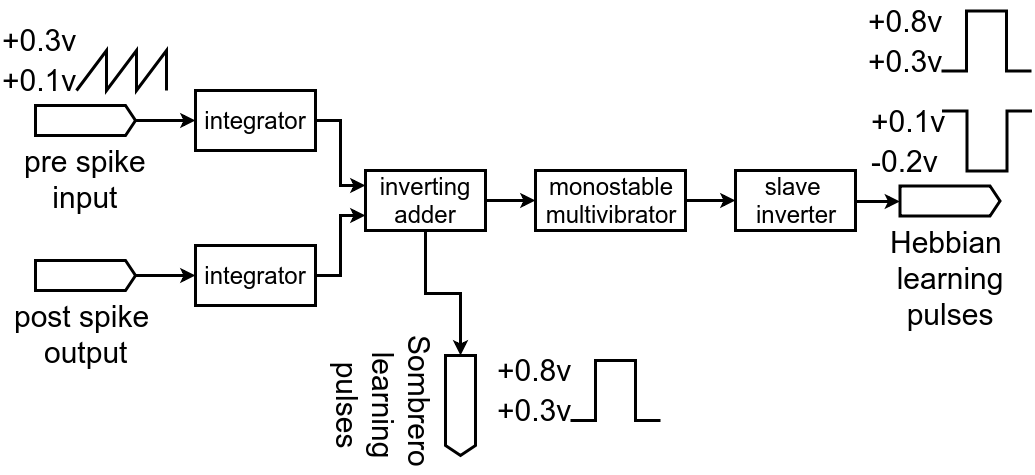
The draw.io diagram doc/mn-learning_feedback.png in research-team/memristive-brain, before a commit. Source tidied: cells renumbered, new cells last; positions are measured from the earlier drawing's top-left corner, leaving out a move shared by most shapes.
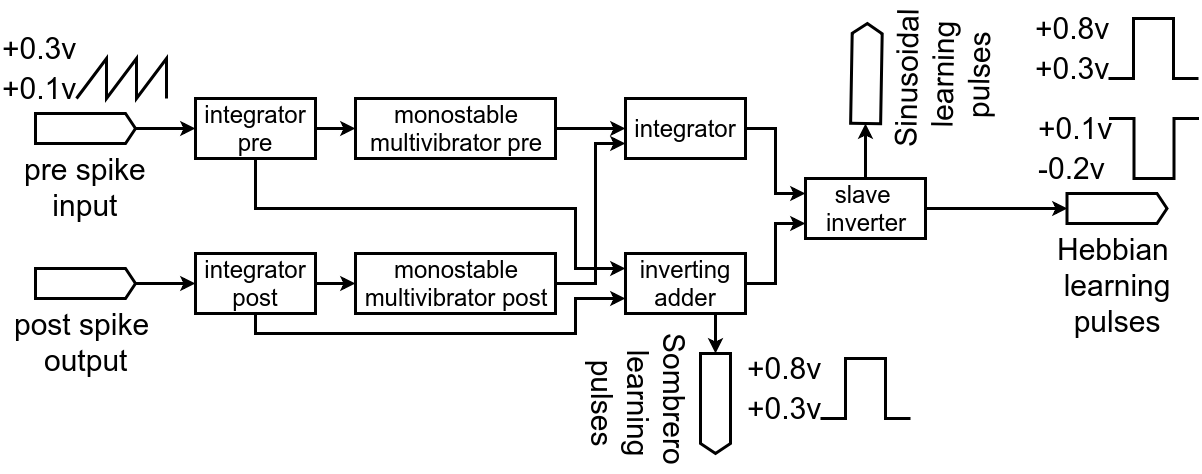
After the change.

Diff of the diagram source:
```diff
@@ -26,32 +26,34 @@
     <mxCell id="9" value="post spike &lt;br&gt;output&lt;br&gt;" style="shape=mxgraph.arrows2.arrow;verticalLabelPosition=bottom;shadow=0;dashed=0;align=center;fillColor=#ffffff;html=1;verticalAlign=top;strokeWidth=3;dy=0;dx=10;notch=0;fontSize=30;" parent="1" vertex="1">
       <mxGeometry x="35" y="260" width="100" height="30" as="geometry" />
     </mxCell>
-    <mxCell id="10" style="edgeStyle=orthogonalEdgeStyle;rounded=0;jettySize=auto;html=1;entryX=0;entryY=0.25;entryDx=0;entryDy=0;strokeWidth=3;fontSize=30;" parent="1" edge="1" source="11" target="16">
-      <mxGeometry relative="1" as="geometry" />
-    </mxCell>
-    <mxCell id="11" value="integrator&lt;br&gt;" style="rounded=0;whiteSpace=wrap;html=1;fontSize=24;strokeWidth=3;" parent="1" vertex="1">
+    <mxCell id="11" value="integrator&lt;br&gt;pre&lt;br&gt;" style="rounded=0;whiteSpace=wrap;html=1;fontSize=24;strokeWidth=3;" parent="1" vertex="1">
       <mxGeometry x="195" y="90" width="120" height="60" as="geometry" />
     </mxCell>
-    <mxCell id="12" style="edgeStyle=orthogonalEdgeStyle;rounded=0;jettySize=auto;html=1;entryX=0;entryY=0.75;entryDx=0;entryDy=0;strokeWidth=3;fontSize=30;" parent="1" edge="1" source="13" target="16">
+    <mxCell id="12" style="edgeStyle=orthogonalEdgeStyle;rounded=0;jettySize=auto;html=1;entryX=0;entryY=0.5;entryDx=0;entryDy=0;strokeWidth=3;fontSize=30;" parent="1" edge="1" source="13" target="41">
       <mxGeometry relative="1" as="geometry" />
     </mxCell>
-    <mxCell id="13" value="integrator&lt;br&gt;" style="rounded=0;whiteSpace=wrap;html=1;fontSize=24;strokeWidth=3;" parent="1" vertex="1">
+    <mxCell id="13" value="integrator post&lt;br&gt;" style="rounded=0;whiteSpace=wrap;html=1;fontSize=24;strokeWidth=3;" parent="1" vertex="1">
       <mxGeometry x="195" y="245" width="120" height="60" as="geometry" />
     </mxCell>
-    <mxCell id="14" style="edgeStyle=orthogonalEdgeStyle;rounded=0;jettySize=auto;html=1;entryX=0;entryY=0.5;entryDx=0;entryDy=0;entryPerimeter=0;strokeWidth=3;fontSize=30;" parent="1" edge="1" source="16" target="17">
-      <mxGeometry relative="1" as="geometry" />
+    <mxCell id="14" style="edgeStyle=orthogonalEdgeStyle;rounded=0;jettySize=auto;html=1;entryX=0;entryY=0.5;entryDx=0;entryDy=0;entryPerimeter=0;strokeWidth=3;fontSize=30;exitX=0.75;exitY=1;exitDx=0;exitDy=0;" parent="1" edge="1" source="16" target="17">
+      <mxGeometry relative="1" as="geometry">
+        <Array as="points">
+          <mxPoint x="715" y="310" />
+          <mxPoint x="715" y="310" />
+        </Array>
+      </mxGeometry>
     </mxCell>
-    <mxCell id="15" style="edgeStyle=orthogonalEdgeStyle;rounded=0;jettySize=auto;html=1;entryX=0;entryY=0.5;entryDx=0;entryDy=0;strokeWidth=3;fontSize=30;" parent="1" edge="1" source="16" target="27">
-      <mxGeometry relative="1" as="geometry" />
-    </mxCell>
+    <mxCell id="35" style="edgeStyle=orthogonalEdgeStyle;rounded=0;jettySize=auto;html=1;entryX=0;entryY=0.75;entryDx=0;entryDy=0;endArrow=classic;endFill=1;strokeWidth=3;" parent="1" edge="1" source="16" target="29">
+      <mxGeometry relative="1" as="geometry" />
+    </mxCell>
     <mxCell id="16" value="inverting adder" style="rounded=0;whiteSpace=wrap;html=1;fontSize=24;strokeWidth=3;" parent="1" vertex="1">
-      <mxGeometry x="365" y="170" width="120" height="60" as="geometry" />
+      <mxGeometry x="625" y="245" width="120" height="60" as="geometry" />
     </mxCell>
     <mxCell id="17" value="Sombrero&amp;nbsp;&lt;br&gt;learning&lt;br&gt;pulses&lt;br&gt;" style="shape=mxgraph.arrows2.arrow;verticalLabelPosition=bottom;shadow=0;dashed=0;align=center;fillColor=#ffffff;html=1;verticalAlign=top;strokeWidth=3;dy=0;dx=10;notch=0;fontSize=30;rotation=90;" parent="1" vertex="1">
-      <mxGeometry x="410" y="390" width="100" height="30" as="geometry" />
+      <mxGeometry x="665" y="380" width="100" height="30" as="geometry" />
     </mxCell>
     <mxCell id="18" style="group;" parent="1" vertex="1">
-      <mxGeometry x="866" y="0.5" width="165" height="80" as="geometry" />
+      <mxGeometry x="1033" width="165" height="80" as="geometry" />
     </mxCell>
     <mxCell id="19" style="verticalLabelPosition=bottom;shadow=0;dashed=0;align=center;fillColor=#ffffff;html=1;verticalAlign=top;strokeWidth=3;shape=mxgraph.electrical.waveforms.pulse_1;fontSize=25;" parent="18" vertex="1">
       <mxGeometry x="75" y="10" width="90" height="60" as="geometry" />
@@ -63,7 +65,7 @@
       <mxGeometry width="90" height="40" as="geometry" />
     </mxCell>
     <mxCell id="22" style="group;" parent="1" vertex="1">
-      <mxGeometry x="868.5" y="100.5" width="165" height="80" as="geometry" />
+      <mxGeometry x="1035.5" y="100" width="165" height="80" as="geometry" />
     </mxCell>
     <mxCell id="23" value="-0.2v" style="text;html=1;align=left;verticalAlign=top;spacingTop=-4;fontSize=30;" parent="22" vertex="1">
       <mxGeometry y="40" width="80" height="40" as="geometry" />
@@ -74,25 +76,29 @@
     <mxCell id="25" style="verticalLabelPosition=bottom;shadow=0;dashed=0;align=center;fillColor=#ffffff;html=1;verticalAlign=top;strokeWidth=3;shape=mxgraph.electrical.waveforms.pulse_2;fontSize=30;" parent="22" vertex="1">
       <mxGeometry x="73" y="10" width="90" height="60" as="geometry" />
     </mxCell>
-    <mxCell id="26" style="edgeStyle=orthogonalEdgeStyle;rounded=0;jettySize=auto;html=1;strokeWidth=3;fontSize=30;" parent="1" edge="1" source="27" target="29">
-      <mxGeometry relative="1" as="geometry" />
+    <mxCell id="26" style="edgeStyle=orthogonalEdgeStyle;rounded=0;jettySize=auto;html=1;strokeWidth=3;fontSize=30;entryX=0;entryY=0.25;entryDx=0;entryDy=0;exitX=0.5;exitY=1;exitDx=0;exitDy=0;" parent="1" edge="1" source="11" target="16">
+      <mxGeometry relative="1" as="geometry">
+        <Array as="points">
+          <mxPoint x="255" y="200" />
+          <mxPoint x="575" y="200" />
+          <mxPoint x="575" y="260" />
+        </Array>
+      </mxGeometry>
     </mxCell>
-    <mxCell id="27" value="monostable&lt;br&gt;multivibrator&lt;br&gt;" style="rounded=0;whiteSpace=wrap;html=1;fontSize=24;strokeWidth=3;" parent="1" vertex="1">
-      <mxGeometry x="535" y="170" width="150" height="60" as="geometry" />
-    </mxCell>
-    <mxCell id="28" style="edgeStyle=orthogonalEdgeStyle;rounded=0;jettySize=auto;html=1;strokeWidth=3;fontSize=30;" parent="1" edge="1" target="30">
-      <mxGeometry relative="1" as="geometry">
-        <mxPoint x="855" y="201" as="sourcePoint" />
-      </mxGeometry>
-    </mxCell>
+    <mxCell id="36" style="edgeStyle=orthogonalEdgeStyle;rounded=0;jettySize=auto;html=1;strokeWidth=3;entryX=0;entryY=0.5;entryDx=0;entryDy=0;entryPerimeter=0;" parent="1" edge="1" source="29" target="30">
+      <mxGeometry relative="1" as="geometry" />
+    </mxCell>
+    <mxCell id="37" style="rounded=0;jettySize=auto;html=1;entryX=0;entryY=0.5;entryDx=0;entryDy=0;entryPerimeter=0;endArrow=classic;endFill=1;strokeWidth=3;exitX=0.5;exitY=0;exitDx=0;exitDy=0;" parent="1" edge="1" source="29" target="46">
+      <mxGeometry relative="1" as="geometry" />
+    </mxCell>
     <mxCell id="29" value="slave &lt;br&gt;inverter" style="rounded=0;whiteSpace=wrap;html=1;fontSize=24;strokeWidth=3;" parent="1" vertex="1">
-      <mxGeometry x="735" y="170" width="120" height="60" as="geometry" />
+      <mxGeometry x="805" y="170" width="120" height="60" as="geometry" />
     </mxCell>
     <mxCell id="30" value="Hebbian&amp;nbsp;&lt;br&gt;learning&lt;br&gt;pulses&lt;br&gt;" style="shape=mxgraph.arrows2.arrow;verticalLabelPosition=bottom;shadow=0;dashed=0;align=center;fillColor=#ffffff;html=1;verticalAlign=top;strokeWidth=3;dy=0;dx=10;notch=0;fontSize=30;rotation=0;" parent="1" vertex="1">
-      <mxGeometry x="899.5" y="185.5" width="100" height="30" as="geometry" />
+      <mxGeometry x="1066.5" y="185" width="100" height="30" as="geometry" />
     </mxCell>
     <mxCell id="31" style="group;" parent="1" vertex="1">
-      <mxGeometry x="495" y="350" width="165" height="80" as="geometry" />
+      <mxGeometry x="745" y="340" width="165" height="80" as="geometry" />
     </mxCell>
     <mxCell id="32" style="verticalLabelPosition=bottom;shadow=0;dashed=0;align=center;fillColor=#ffffff;html=1;verticalAlign=top;strokeWidth=3;shape=mxgraph.electrical.waveforms.pulse_1;fontSize=25;" parent="31" vertex="1">
       <mxGeometry x="75" y="10" width="90" height="60" as="geometry" />
@@ -103,5 +109,43 @@
     <mxCell id="34" value="+0.8v" style="text;html=1;align=left;verticalAlign=top;spacingTop=-4;fontSize=30;" parent="31" vertex="1">
       <mxGeometry width="90" height="40" as="geometry" />
     </mxCell>
+    <mxCell id="38" style="edgeStyle=orthogonalEdgeStyle;rounded=0;jettySize=auto;html=1;entryX=0;entryY=0.5;entryDx=0;entryDy=0;strokeWidth=3;fontSize=30;" parent="1" edge="1" source="11" target="43">
+      <mxGeometry relative="1" as="geometry" />
+    </mxCell>
+    <mxCell id="39" style="edgeStyle=orthogonalEdgeStyle;rounded=0;jettySize=auto;html=1;endArrow=classic;endFill=1;strokeWidth=3;exitX=0.5;exitY=1;exitDx=0;exitDy=0;entryX=0;entryY=0.75;entryDx=0;entryDy=0;" parent="1" edge="1" source="13" target="16">
+      <mxGeometry relative="1" as="geometry">
+        <Array as="points">
+          <mxPoint x="255" y="325" />
+          <mxPoint x="575" y="325" />
+          <mxPoint x="575" y="290" />
+        </Array>
+      </mxGeometry>
+    </mxCell>
+    <mxCell id="40" style="edgeStyle=orthogonalEdgeStyle;rounded=0;jettySize=auto;html=1;entryX=0;entryY=0.75;entryDx=0;entryDy=0;endArrow=classic;endFill=1;strokeWidth=3;" parent="1" edge="1" source="41" target="45">
+      <mxGeometry relative="1" as="geometry">
+        <Array as="points">
+          <mxPoint x="595" y="275" />
+          <mxPoint x="595" y="135" />
+        </Array>
+      </mxGeometry>
+    </mxCell>
+    <mxCell id="41" value="monostable&lt;br&gt;multivibrator post&lt;br&gt;" style="rounded=0;whiteSpace=wrap;html=1;fontSize=24;strokeWidth=3;" parent="1" vertex="1">
+      <mxGeometry x="355" y="245" width="200" height="60" as="geometry" />
+    </mxCell>
+    <mxCell id="42" style="edgeStyle=orthogonalEdgeStyle;rounded=0;jettySize=auto;html=1;entryX=0;entryY=0.5;entryDx=0;entryDy=0;endArrow=classic;endFill=1;strokeWidth=3;" parent="1" edge="1" source="43" target="45">
+      <mxGeometry relative="1" as="geometry" />
+    </mxCell>
+    <mxCell id="43" value="monostable&lt;br&gt;multivibrator pre&lt;br&gt;" style="rounded=0;whiteSpace=wrap;html=1;fontSize=24;strokeWidth=3;" parent="1" vertex="1">
+      <mxGeometry x="355" y="90" width="200" height="60" as="geometry" />
+    </mxCell>
+    <mxCell id="44" style="edgeStyle=orthogonalEdgeStyle;rounded=0;jettySize=auto;html=1;entryX=0;entryY=0.25;entryDx=0;entryDy=0;endArrow=classic;endFill=1;strokeWidth=3;" parent="1" edge="1" source="45" target="29">
+      <mxGeometry relative="1" as="geometry" />
+    </mxCell>
+    <mxCell id="45" value="integrator&lt;br&gt;" style="rounded=0;whiteSpace=wrap;html=1;fontSize=24;strokeWidth=3;" parent="1" vertex="1">
+      <mxGeometry x="625" y="90" width="120" height="60" as="geometry" />
+    </mxCell>
+    <mxCell id="46" value="Sinusoidal &lt;br&gt;learning&lt;br&gt;pulses&lt;br&gt;" style="shape=mxgraph.arrows2.arrow;verticalLabelPosition=bottom;shadow=0;dashed=0;align=center;fillColor=#ffffff;html=1;verticalAlign=top;strokeWidth=3;dy=0;dx=10;notch=0;fontSize=30;rotation=-89;" parent="1" vertex="1">
+      <mxGeometry x="816" y="50" width="100" height="30" as="geometry" />
+    </mxCell>
   </root>
 </mxGraphModel>
```
